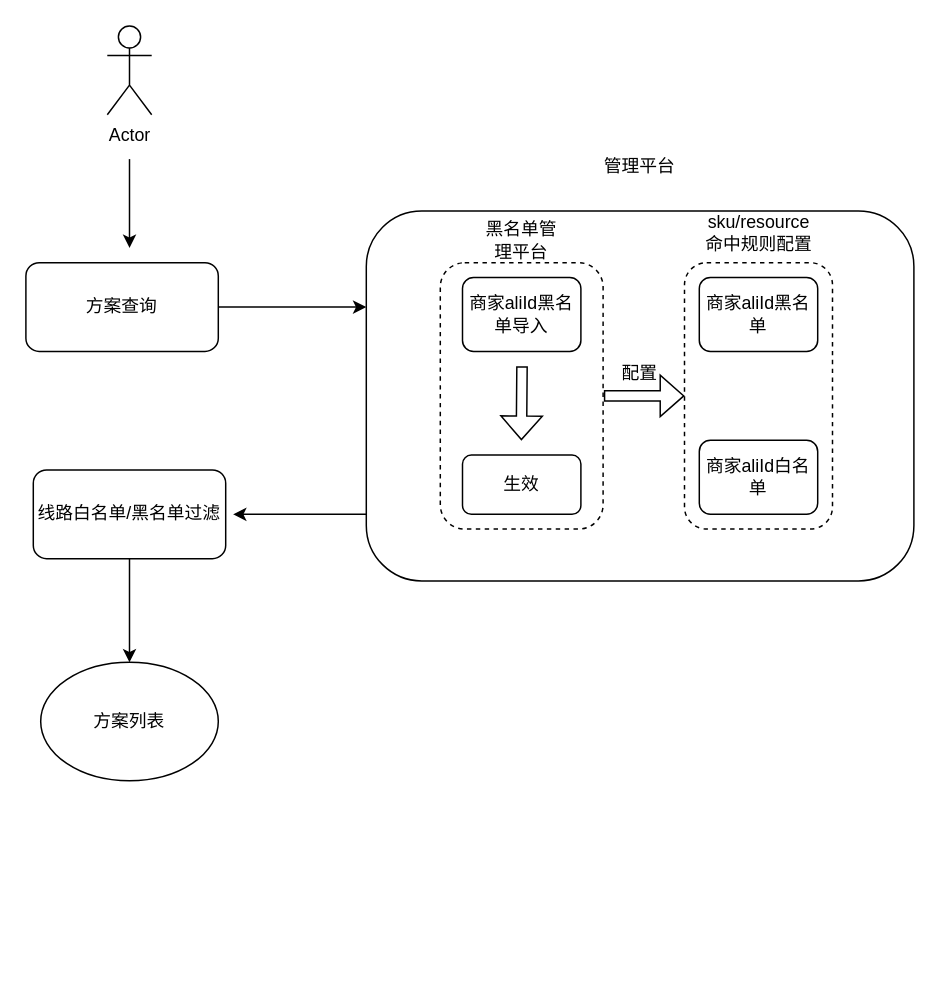
The draw.io diagram 新增黑名单.drawio in heyrry/draw.io, before the edit. Source tidied: cells renumbered, new cells numbered last; positions are measured from the earlier drawing's top-left corner, leaving out a move shared by most shapes. Both pictures are drawn from the tidied source at 148%, with x=0, y=0 at pixel (25, 25).
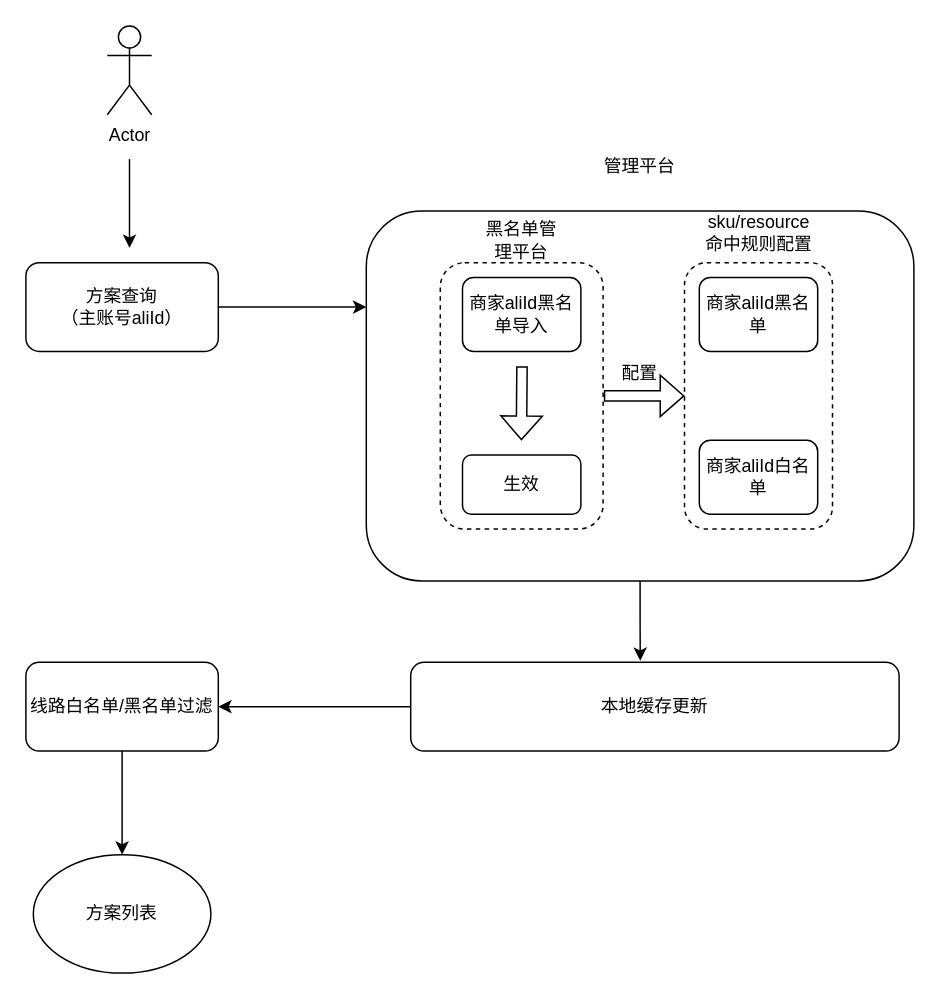
The same diagram, later.

Commit message:
更新新增黑名单.drawio

Unchanged cells that the change refers to:
```xml
<mxCell id="2" style="rounded=1;whiteSpace=wrap;html=1;fillColor=none;" parent="1" vertex="1">
  <mxGeometry x="230" y="125" width="370" height="250" as="geometry" />
</mxCell>
```

Change to the diagram source:
```diff
@@
-    <mxCell id="18" value="方案查询" style="rounded=1;whiteSpace=wrap;html=1;fillColor=none;" parent="1" vertex="1">
+    <mxCell id="18" value="方案查询&lt;div&gt;（主账号aliId）&lt;/div&gt;" style="rounded=1;whiteSpace=wrap;html=1;fillColor=none;" parent="1" vertex="1">
       <mxGeometry y="160" width="130" height="60" as="geometry" />
     </mxCell>
@@
     <mxCell id="20" value="线路白名单/黑名单过滤" style="rounded=1;whiteSpace=wrap;html=1;fillColor=none;" parent="1" vertex="1">
-      <mxGeometry x="5" y="300" width="130" height="60" as="geometry" />
+      <mxGeometry y="430" width="130" height="60" as="geometry" />
     </mxCell>
-    <mxCell id="21" style="edgeStyle=orthogonalEdgeStyle;rounded=0;orthogonalLoop=1;jettySize=auto;html=1;" parent="1" edge="1">
-      <mxGeometry relative="1" as="geometry">
-        <mxPoint x="230" y="330" as="sourcePoint" />
-        <mxPoint x="140" y="330" as="targetPoint" />
-      </mxGeometry>
-    </mxCell>
     <mxCell id="22" value="方案列表" style="ellipse;whiteSpace=wrap;html=1;fillColor=none;" parent="1" vertex="1">
-      <mxGeometry x="10" y="430" width="120" height="80" as="geometry" />
+      <mxGeometry x="5" y="560" width="120" height="80" as="geometry" />
     </mxCell>
+    <mxCell id="23" style="edgeStyle=orthogonalEdgeStyle;rounded=0;jettySize=auto;html=1;exitX=0;exitY=0.5;exitDx=0;exitDy=0;entryX=1;entryY=0.5;entryDx=0;entryDy=0;" parent="1" edge="1" source="24" target="20">
+      <mxGeometry relative="1" as="geometry" />
+    </mxCell>
+    <mxCell id="24" value="本地缓存更新" style="rounded=1;whiteSpace=wrap;html=1;fillColor=none;" parent="1" vertex="1">
+      <mxGeometry x="260" y="430" width="330" height="60" as="geometry" />
+    </mxCell>
+    <mxCell id="25" style="edgeStyle=orthogonalEdgeStyle;rounded=0;jettySize=auto;html=1;exitX=0.5;exitY=1;exitDx=0;exitDy=0;entryX=0.47;entryY=-0.017;entryDx=0;entryDy=0;entryPerimeter=0;" parent="1" edge="1" source="2" target="24">
+      <mxGeometry relative="1" as="geometry" />
+    </mxCell>
```
